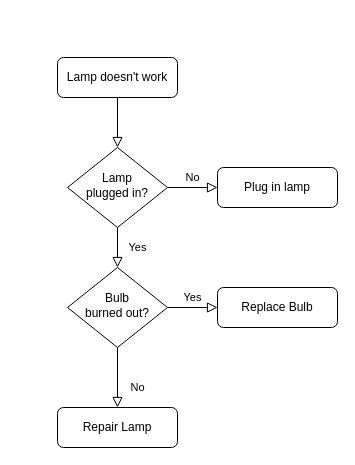
This is Untitled Diagram.drawio from ksy2090/test, a draw.io file, before an edit. Source tidied: cells renumbered, new cells numbered last; positions are measured from the earlier drawing's top-left corner, leaving out a move shared by most shapes. Both pictures are drawn from the tidied source at 100%, with x=0, y=0 at pixel (57, 57).
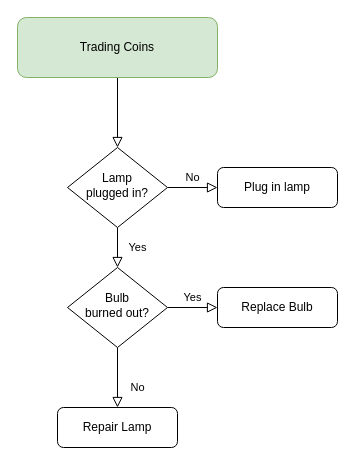
The same diagram, later.

The edit, as a diff of the source:
```diff
@@
 <mxGraphModel>
   <root>
     <mxCell id="0" />
     <mxCell id="1" parent="0" />
     <mxCell id="2" style="rounded=0;html=1;jettySize=auto;fontSize=11;endArrow=block;endFill=0;endSize=8;strokeWidth=1;shadow=0;labelBackgroundColor=none;edgeStyle=orthogonalEdgeStyle;" parent="1" edge="1" source="3" target="6">
       <mxGeometry relative="1" as="geometry" />
     </mxCell>
-    <mxCell id="3" value="Lamp doesn't work" style="rounded=1;whiteSpace=wrap;html=1;fontSize=12;glass=0;strokeWidth=1;shadow=0;" parent="1" vertex="1">
-      <mxGeometry width="120" height="40" as="geometry" />
+    <mxCell id="3" value="Trading Coins" style="rounded=1;whiteSpace=wrap;html=1;fontSize=12;glass=0;strokeWidth=1;shadow=0;fillColor=#d5e8d4;strokeColor=#82b366;" parent="1" vertex="1">
+      <mxGeometry x="-40" y="-40" width="200" height="60" as="geometry" />
     </mxCell>
     <mxCell id="4" value="Yes" style="rounded=0;html=1;jettySize=auto;fontSize=11;endArrow=block;endFill=0;endSize=8;strokeWidth=1;shadow=0;labelBackgroundColor=none;edgeStyle=orthogonalEdgeStyle;" parent="1" edge="1" source="6" target="10">
       <mxGeometry y="20" relative="1" as="geometry" />
     </mxCell>
     <mxCell id="5" value="No" style="edgeStyle=orthogonalEdgeStyle;rounded=0;html=1;jettySize=auto;fontSize=11;endArrow=block;endFill=0;endSize=8;strokeWidth=1;shadow=0;labelBackgroundColor=none;" parent="1" edge="1" source="6" target="7">
       <mxGeometry y="10" relative="1" as="geometry" />
     </mxCell>
     <mxCell id="6" value="Lamp&lt;br&gt;plugged in?" style="rhombus;whiteSpace=wrap;html=1;shadow=0;fontFamily=Helvetica;fontSize=12;align=center;strokeWidth=1;spacing=6;spacingTop=-4;" parent="1" vertex="1">
       <mxGeometry x="10" y="90" width="100" height="80" as="geometry" />
     </mxCell>
     <mxCell id="7" value="Plug in lamp" style="rounded=1;whiteSpace=wrap;html=1;fontSize=12;glass=0;strokeWidth=1;shadow=0;" parent="1" vertex="1">
       <mxGeometry x="160" y="110" width="120" height="40" as="geometry" />
     </mxCell>
     <mxCell id="8" value="No" style="rounded=0;html=1;jettySize=auto;fontSize=11;endArrow=block;endFill=0;endSize=8;strokeWidth=1;shadow=0;labelBackgroundColor=none;edgeStyle=orthogonalEdgeStyle;" parent="1" edge="1" source="10" target="11">
       <mxGeometry x="0.33" y="20" relative="1" as="geometry" />
     </mxCell>
     <mxCell id="9" value="Yes" style="edgeStyle=orthogonalEdgeStyle;rounded=0;html=1;jettySize=auto;fontSize=11;endArrow=block;endFill=0;endSize=8;strokeWidth=1;shadow=0;labelBackgroundColor=none;" parent="1" edge="1" source="10" target="12">
       <mxGeometry y="10" relative="1" as="geometry" />
     </mxCell>
     <mxCell id="10" value="Bulb&lt;br&gt;burned out?" style="rhombus;whiteSpace=wrap;html=1;shadow=0;fontFamily=Helvetica;fontSize=12;align=center;strokeWidth=1;spacing=6;spacingTop=-4;" parent="1" vertex="1">
       <mxGeometry x="10" y="210" width="100" height="80" as="geometry" />
     </mxCell>
     <mxCell id="11" value="Repair Lamp" style="rounded=1;whiteSpace=wrap;html=1;fontSize=12;glass=0;strokeWidth=1;shadow=0;" parent="1" vertex="1">
       <mxGeometry y="350" width="120" height="40" as="geometry" />
     </mxCell>
     <mxCell id="12" value="Replace Bulb" style="rounded=1;whiteSpace=wrap;html=1;fontSize=12;glass=0;strokeWidth=1;shadow=0;" parent="1" vertex="1">
       <mxGeometry x="160" y="230" width="120" height="40" as="geometry" />
     </mxCell>
   </root>
 </mxGraphModel>
```
